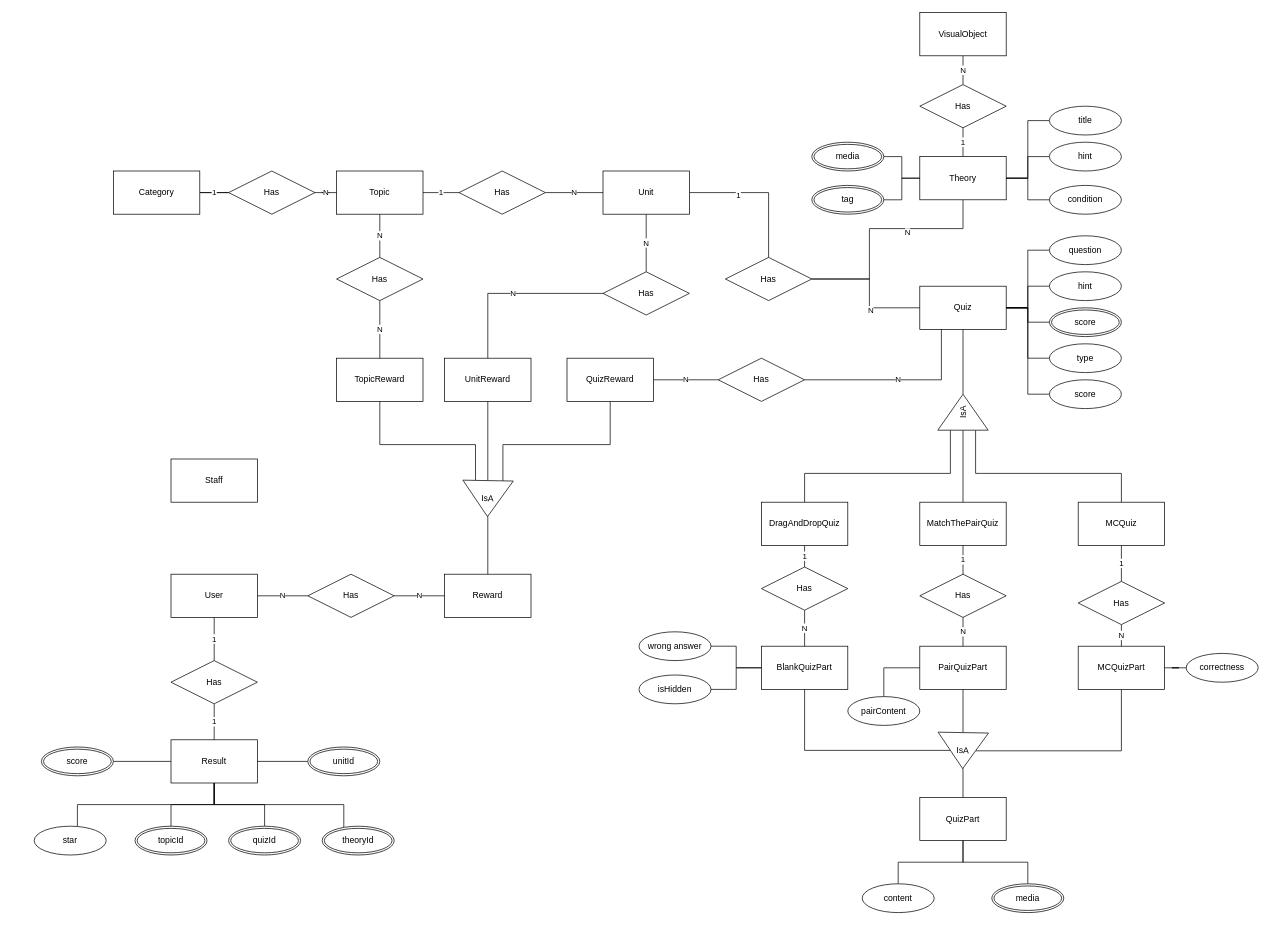
This is page "entity_relationship_diagram" (1 of 2) of Untitled Diagram.drawio from linhabc/Learning_viet, a draw.io file, before an edit. Source tidied: cells renumbered, new cells numbered last; positions are measured from the earlier drawing's top-left corner, leaving out a move shared by most shapes. Both pictures are drawn from the tidied source at 72%, with x=0, y=0 at pixel (34, 12).
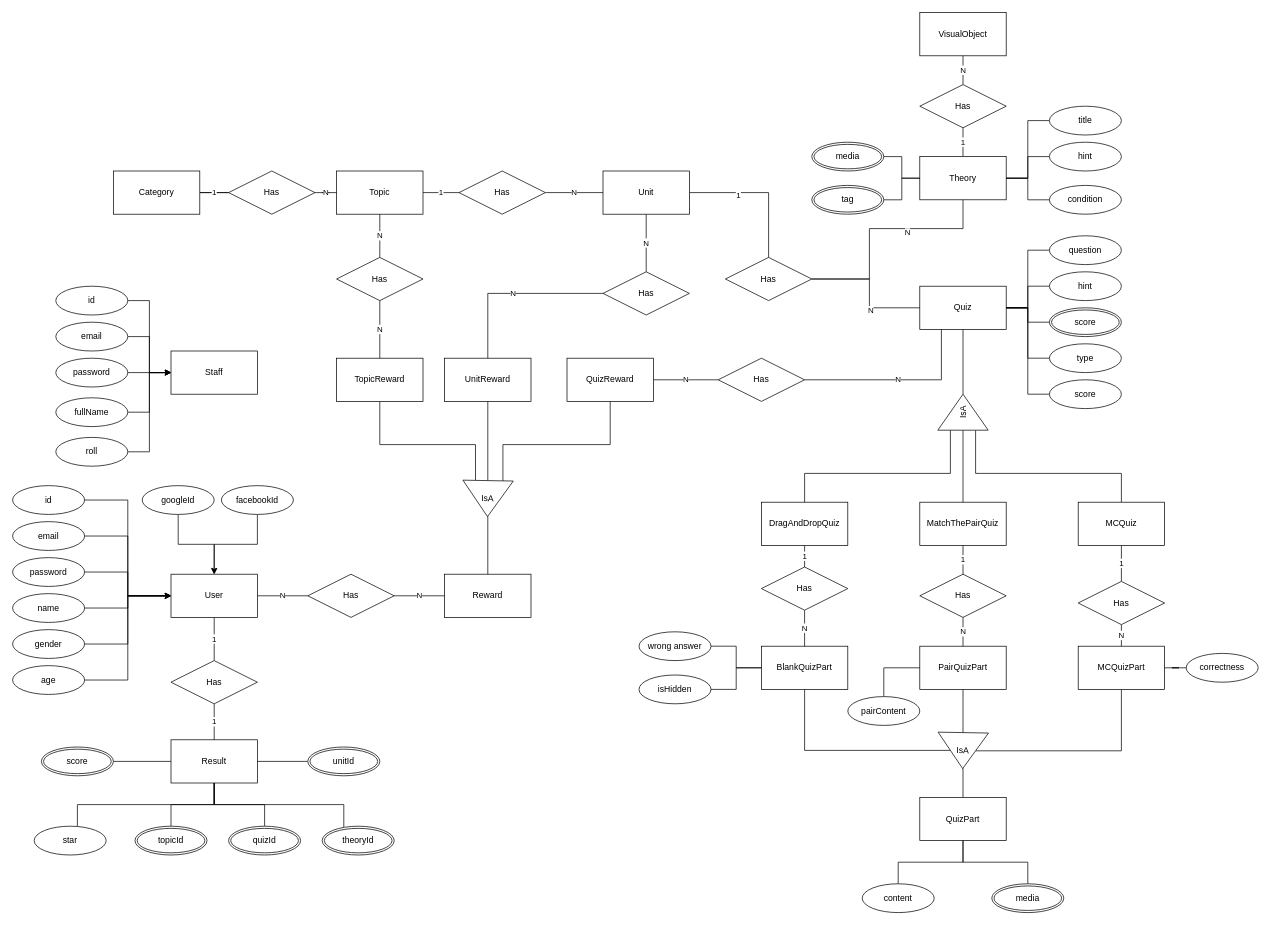
The same diagram, later.

The change refers to these unchanged cells:
```xml
<mxCell id="5" value="User" style="whiteSpace=wrap;html=1;" parent="1" vertex="1">
  <mxGeometry x="190" y="780" width="120" height="60" as="geometry" />
</mxCell>
```

Diff of the diagram source:
```diff
@@
     <mxCell id="2" value="Staff" style="whiteSpace=wrap;html=1;" parent="1" vertex="1">
-      <mxGeometry x="190" y="620" width="120" height="60" as="geometry" />
+      <mxGeometry x="190" y="470" width="120" height="60" as="geometry" />
     </mxCell>
@@
+    <mxCell id="123" style="edgeStyle=orthogonalEdgeStyle;rounded=0;jettySize=auto;html=1;entryX=0;entryY=0.5;entryDx=0;entryDy=0;" parent="1" edge="1" source="124" target="2">
+      <mxGeometry relative="1" as="geometry" />
+    </mxCell>
+    <mxCell id="124" value="email" style="ellipse;whiteSpace=wrap;html=1;align=center;" parent="1" vertex="1">
+      <mxGeometry x="30" y="430" width="100" height="40" as="geometry" />
+    </mxCell>
+    <mxCell id="125" style="edgeStyle=orthogonalEdgeStyle;rounded=0;jettySize=auto;html=1;entryX=0;entryY=0.5;entryDx=0;entryDy=0;" parent="1" edge="1" source="126" target="2">
+      <mxGeometry relative="1" as="geometry" />
+    </mxCell>
+    <mxCell id="126" value="roll" style="ellipse;whiteSpace=wrap;html=1;align=center;" parent="1" vertex="1">
+      <mxGeometry x="30" y="590" width="100" height="40" as="geometry" />
+    </mxCell>
+    <mxCell id="127" style="edgeStyle=orthogonalEdgeStyle;rounded=0;jettySize=auto;html=1;entryX=0;entryY=0.5;entryDx=0;entryDy=0;" parent="1" edge="1" source="128" target="2">
+      <mxGeometry relative="1" as="geometry" />
+    </mxCell>
+    <mxCell id="128" value="id" style="ellipse;whiteSpace=wrap;html=1;align=center;" parent="1" vertex="1">
+      <mxGeometry x="30" y="380" width="100" height="40" as="geometry" />
+    </mxCell>
+    <mxCell id="129" style="edgeStyle=orthogonalEdgeStyle;rounded=0;jettySize=auto;html=1;entryX=0;entryY=0.5;entryDx=0;entryDy=0;" parent="1" edge="1" source="130" target="2">
+      <mxGeometry relative="1" as="geometry" />
+    </mxCell>
+    <mxCell id="130" value="fullName" style="ellipse;whiteSpace=wrap;html=1;align=center;" parent="1" vertex="1">
+      <mxGeometry x="30" y="535" width="100" height="40" as="geometry" />
+    </mxCell>
+    <mxCell id="131" style="edgeStyle=orthogonalEdgeStyle;rounded=0;jettySize=auto;html=1;" parent="1" edge="1" source="132" target="2">
+      <mxGeometry relative="1" as="geometry" />
+    </mxCell>
+    <mxCell id="132" value="password" style="ellipse;whiteSpace=wrap;html=1;align=center;" parent="1" vertex="1">
+      <mxGeometry x="30" y="480" width="100" height="40" as="geometry" />
+    </mxCell>
+    <mxCell id="133" style="edgeStyle=orthogonalEdgeStyle;rounded=0;jettySize=auto;html=1;entryX=0;entryY=0.5;entryDx=0;entryDy=0;" parent="1" edge="1" source="134" target="5">
+      <mxGeometry relative="1" as="geometry" />
+    </mxCell>
+    <mxCell id="134" value="id" style="ellipse;whiteSpace=wrap;html=1;align=center;" parent="1" vertex="1">
+      <mxGeometry x="-30" y="657" width="100" height="40" as="geometry" />
+    </mxCell>
+    <mxCell id="135" style="edgeStyle=orthogonalEdgeStyle;rounded=0;jettySize=auto;html=1;" parent="1" edge="1" source="136">
+      <mxGeometry relative="1" as="geometry">
+        <mxPoint x="190" y="810" as="targetPoint" />
+        <Array as="points">
+          <mxPoint x="130" y="727" />
+          <mxPoint x="130" y="810" />
+        </Array>
+      </mxGeometry>
+    </mxCell>
+    <mxCell id="136" value="email" style="ellipse;whiteSpace=wrap;html=1;align=center;" parent="1" vertex="1">
+      <mxGeometry x="-30" y="707" width="100" height="40" as="geometry" />
+    </mxCell>
+    <mxCell id="137" style="edgeStyle=orthogonalEdgeStyle;rounded=0;jettySize=auto;html=1;entryX=0;entryY=0.5;entryDx=0;entryDy=0;" parent="1" edge="1" source="138" target="5">
+      <mxGeometry relative="1" as="geometry" />
+    </mxCell>
+    <mxCell id="138" value="password" style="ellipse;whiteSpace=wrap;html=1;align=center;" parent="1" vertex="1">
+      <mxGeometry x="-30" y="757" width="100" height="40" as="geometry" />
+    </mxCell>
+    <mxCell id="139" style="edgeStyle=orthogonalEdgeStyle;rounded=0;jettySize=auto;html=1;" parent="1" edge="1" source="140" target="5">
+      <mxGeometry relative="1" as="geometry" />
+    </mxCell>
+    <mxCell id="140" value="name" style="ellipse;whiteSpace=wrap;html=1;align=center;" parent="1" vertex="1">
+      <mxGeometry x="-30" y="807" width="100" height="40" as="geometry" />
+    </mxCell>
+    <mxCell id="141" style="edgeStyle=orthogonalEdgeStyle;rounded=0;jettySize=auto;html=1;entryX=0;entryY=0.5;entryDx=0;entryDy=0;" parent="1" edge="1" source="142" target="5">
+      <mxGeometry relative="1" as="geometry" />
+    </mxCell>
+    <mxCell id="142" value="gender" style="ellipse;whiteSpace=wrap;html=1;align=center;" parent="1" vertex="1">
+      <mxGeometry x="-30" y="857" width="100" height="40" as="geometry" />
+    </mxCell>
+    <mxCell id="143" style="edgeStyle=orthogonalEdgeStyle;rounded=0;jettySize=auto;html=1;entryX=0;entryY=0.5;entryDx=0;entryDy=0;" parent="1" edge="1" source="144" target="5">
+      <mxGeometry relative="1" as="geometry" />
+    </mxCell>
+    <mxCell id="144" value="age" style="ellipse;whiteSpace=wrap;html=1;align=center;" parent="1" vertex="1">
+      <mxGeometry x="-30" y="907" width="100" height="40" as="geometry" />
+    </mxCell>
+    <mxCell id="145" style="edgeStyle=orthogonalEdgeStyle;rounded=0;jettySize=auto;html=1;" parent="1" edge="1" source="146" target="5">
+      <mxGeometry relative="1" as="geometry" />
+    </mxCell>
+    <mxCell id="146" value="googleId" style="ellipse;whiteSpace=wrap;html=1;align=center;" parent="1" vertex="1">
+      <mxGeometry x="150" y="657" width="100" height="40" as="geometry" />
+    </mxCell>
+    <mxCell id="147" style="edgeStyle=orthogonalEdgeStyle;rounded=0;jettySize=auto;html=1;" parent="1" edge="1" source="148" target="5">
+      <mxGeometry relative="1" as="geometry" />
+    </mxCell>
+    <mxCell id="148" value="facebookId" style="ellipse;whiteSpace=wrap;html=1;align=center;" parent="1" vertex="1">
+      <mxGeometry x="260" y="657" width="100" height="40" as="geometry" />
+    </mxCell>
```
